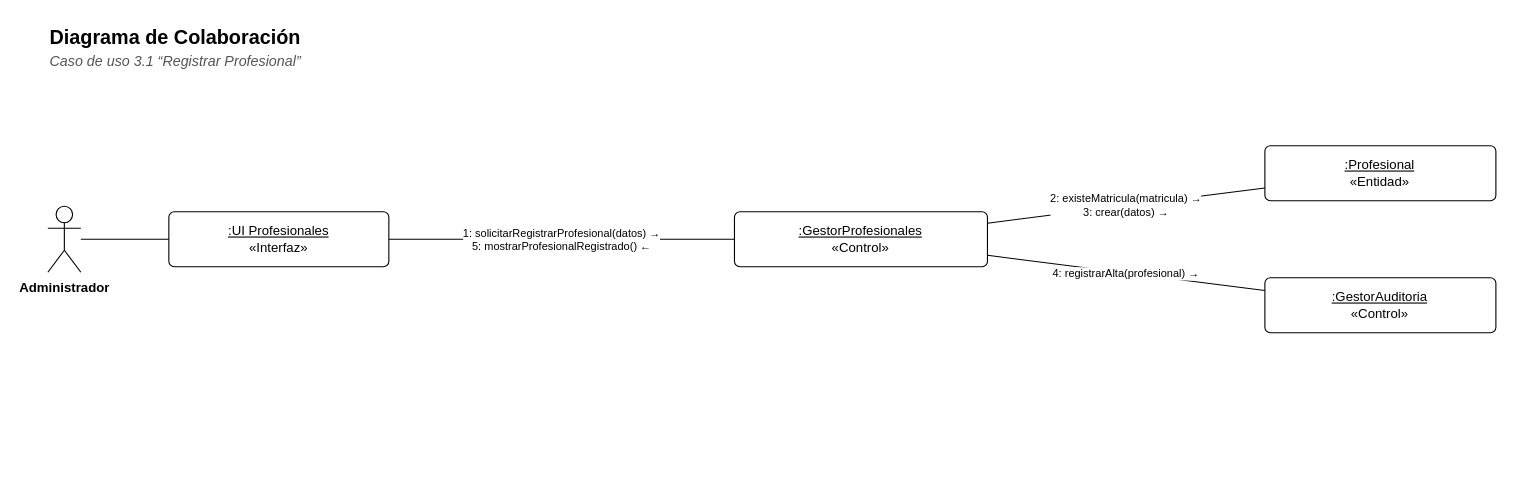
Above: docs/diagramas/colaboracion-3-1.drawio in Matiglorioso/kineturnos (draw.io), before the change. Source tidied: cells renumbered, new cells numbered last; positions are measured from the earlier drawing's top-left corner, leaving out a move shared by most shapes. Both pictures are drawn from the tidied source at 110%, with x=0, y=0 at pixel (47, 19).
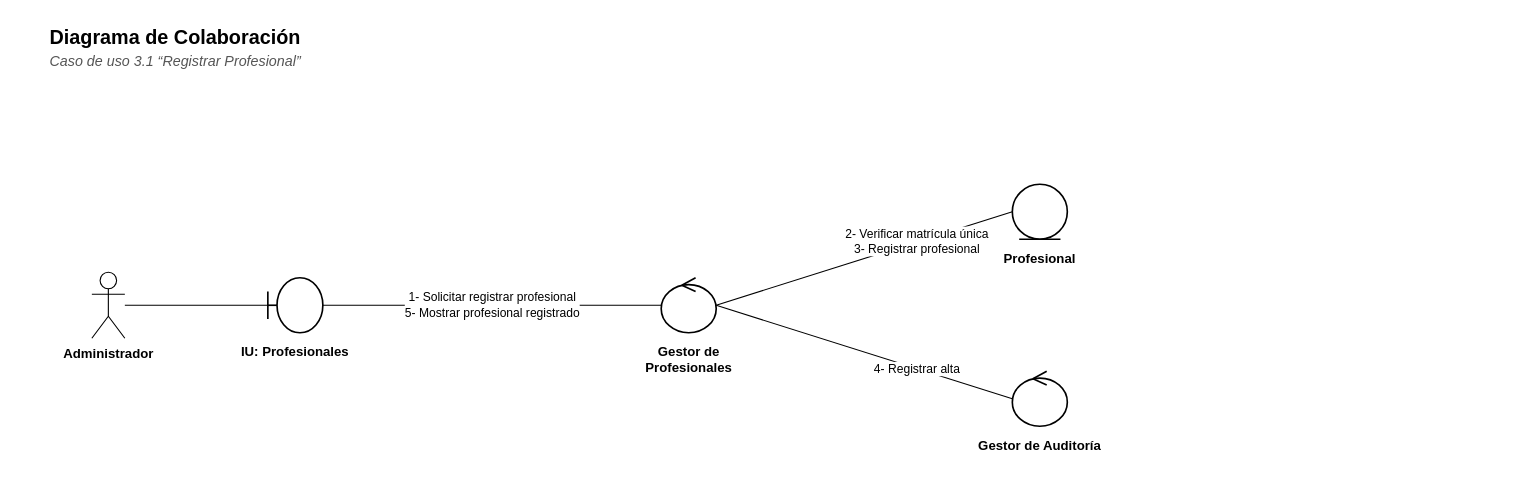
Above is the later version.

Change to the diagram source:
```diff
@@
 <mxGraphModel background="#FFFFFF">
   <root>
     <mxCell id="0" />
     <mxCell id="1" parent="0" />
     <mxCell id="2" value="&lt;b&gt;Diagrama de Colaboración&lt;/b&gt;" style="text;html=1;strokeColor=none;fillColor=none;align=left;verticalAlign=top;whiteSpace=wrap;fontFamily=Helvetica;fontSize=18;" parent="1" vertex="1">
       <mxGeometry width="900" height="26" as="geometry" />
     </mxCell>
     <mxCell id="3" value="&lt;i&gt;Caso de uso 3.1 “Registrar Profesional”&lt;/i&gt;" style="text;html=1;strokeColor=none;fillColor=none;align=left;verticalAlign=top;whiteSpace=wrap;fontFamily=Helvetica;fontSize=13;fontColor=#555555;" parent="1" vertex="1">
       <mxGeometry y="24" width="900" height="20" as="geometry" />
     </mxCell>
     <mxCell id="4" value="Administrador" style="shape=umlActor;verticalLabelPosition=bottom;verticalAlign=top;html=1;outlineConnect=0;fillColor=#FFFFFF;strokeColor=#000000;fontFamily=Helvetica;fontSize=12;fontStyle=1;" parent="1" vertex="1">
-      <mxGeometry y="170" width="30" height="60" as="geometry" />
+      <mxGeometry x="40" y="230" width="30" height="60" as="geometry" />
     </mxCell>
-    <mxCell id="5" value="&lt;u&gt;:UI Profesionales&lt;/u&gt;&lt;br&gt;«Interfaz»" style="rounded=0;whiteSpace=wrap;html=1;fillColor=#FFFFFF;strokeColor=#000000;fontFamily=Helvetica;fontSize=12;rounded=1;arcSize=10;" parent="1" vertex="1">
-      <mxGeometry x="110" y="175" width="200" height="50" as="geometry" />
+    <mxCell id="5" style="shape=umlBoundary;html=1;fillColor=#FFFFFF;strokeColor=#000000;strokeWidth=1.5;" parent="1" vertex="1">
+      <mxGeometry x="200" y="235" width="50" height="50" as="geometry" />
     </mxCell>
-    <mxCell id="6" value="&lt;u&gt;:GestorProfesionales&lt;/u&gt;&lt;br&gt;«Control»" style="rounded=0;whiteSpace=wrap;html=1;fillColor=#FFFFFF;strokeColor=#000000;fontFamily=Helvetica;fontSize=12;rounded=1;arcSize=10;" parent="1" vertex="1">
-      <mxGeometry x="624.2" y="175" width="230" height="50" as="geometry" />
+    <mxCell id="6" value="&lt;b&gt;IU: Profesionales&lt;/b&gt;" style="text;html=1;strokeColor=none;fillColor=none;align=left;verticalAlign=top;whiteSpace=wrap;fontFamily=Helvetica;align=center;fontSize=12;" parent="1" vertex="1">
+      <mxGeometry x="160" y="289" width="130" height="40" as="geometry" />
     </mxCell>
-    <mxCell id="7" value="&lt;u&gt;:Profesional&lt;/u&gt;&lt;br&gt;«Entidad»" style="rounded=0;whiteSpace=wrap;html=1;fillColor=#FFFFFF;strokeColor=#000000;fontFamily=Helvetica;fontSize=12;rounded=1;arcSize=10;" parent="1" vertex="1">
-      <mxGeometry x="1106.4" y="115" width="210" height="50" as="geometry" />
+    <mxCell id="7" style="shape=umlControl;html=1;fillColor=#FFFFFF;strokeColor=#000000;strokeWidth=1.5;" parent="1" vertex="1">
+      <mxGeometry x="557.6" y="235" width="50" height="50" as="geometry" />
     </mxCell>
-    <mxCell id="8" value="&lt;u&gt;:GestorAuditoria&lt;/u&gt;&lt;br&gt;«Control»" style="rounded=0;whiteSpace=wrap;html=1;fillColor=#FFFFFF;strokeColor=#000000;fontFamily=Helvetica;fontSize=12;rounded=1;arcSize=10;" parent="1" vertex="1">
-      <mxGeometry x="1106.4" y="235" width="210" height="50" as="geometry" />
+    <mxCell id="8" value="&lt;b&gt;Gestor de Profesionales&lt;/b&gt;" style="text;html=1;strokeColor=none;fillColor=none;align=left;verticalAlign=top;whiteSpace=wrap;fontFamily=Helvetica;align=center;fontSize=12;" parent="1" vertex="1">
+      <mxGeometry x="517.6" y="289" width="130" height="40" as="geometry" />
     </mxCell>
-    <mxCell id="9" style="edgeStyle=none;html=1;endArrow=none;endFill=0;strokeColor=#000000;fontFamily=Helvetica;fontSize=11;labelBackgroundColor=#FFFFFF;" parent="1" edge="1" source="4" target="5">
-      <mxGeometry relative="1" as="geometry" />
+    <mxCell id="9" style="shape=umlEntity;html=1;fillColor=#FFFFFF;strokeColor=#000000;strokeWidth=1.5;" parent="1" vertex="1">
+      <mxGeometry x="876.8" y="150" width="50" height="50" as="geometry" />
     </mxCell>
-    <mxCell id="10" value="1: solicitarRegistrarProfesional(datos) →&lt;br&gt;5: mostrarProfesionalRegistrado() ←" style="edgeStyle=none;html=1;endArrow=none;endFill=0;strokeColor=#000000;fontFamily=Helvetica;fontSize=11;labelBackgroundColor=#FFFFFF;fontSize=10;" parent="1" edge="1" source="6" target="5">
-      <mxGeometry relative="1" as="geometry" />
+    <mxCell id="10" value="&lt;b&gt;Profesional&lt;/b&gt;" style="text;html=1;strokeColor=none;fillColor=none;align=left;verticalAlign=top;whiteSpace=wrap;fontFamily=Helvetica;align=center;fontSize=12;" parent="1" vertex="1">
+      <mxGeometry x="836.8" y="204" width="130" height="40" as="geometry" />
     </mxCell>
-    <mxCell id="11" value="2: existeMatricula(matricula) →&lt;br&gt;3: crear(datos) →" style="edgeStyle=none;html=1;endArrow=none;endFill=0;strokeColor=#000000;fontFamily=Helvetica;fontSize=11;labelBackgroundColor=#FFFFFF;fontSize=10;" parent="1" edge="1" source="7" target="6">
-      <mxGeometry relative="1" as="geometry" />
+    <mxCell id="11" style="shape=umlControl;html=1;fillColor=#FFFFFF;strokeColor=#000000;strokeWidth=1.5;" parent="1" vertex="1">
+      <mxGeometry x="876.8" y="320" width="50" height="50" as="geometry" />
     </mxCell>
-    <mxCell id="12" value="4: registrarAlta(profesional) →" style="edgeStyle=none;html=1;endArrow=none;endFill=0;strokeColor=#000000;fontFamily=Helvetica;fontSize=11;labelBackgroundColor=#FFFFFF;fontSize=10;" parent="1" edge="1" source="8" target="6">
-      <mxGeometry relative="1" as="geometry" />
+    <mxCell id="12" value="&lt;b&gt;Gestor de Auditoría&lt;/b&gt;" style="text;html=1;strokeColor=none;fillColor=none;align=left;verticalAlign=top;whiteSpace=wrap;fontFamily=Helvetica;align=center;fontSize=12;" parent="1" vertex="1">
+      <mxGeometry x="836.8" y="374" width="130" height="40" as="geometry" />
     </mxCell>
+    <mxCell id="13" style="edgeStyle=none;html=1;endArrow=none;endFill=0;strokeColor=#000000;fontFamily=Helvetica;fontSize=11;labelBackgroundColor=#FFFFFF;" parent="1" edge="1" source="4" target="5">
+      <mxGeometry relative="1" as="geometry" />
+    </mxCell>
+    <mxCell id="14" value="1- Solicitar registrar profesional&lt;br&gt;5- Mostrar profesional registrado" style="edgeStyle=none;html=1;endArrow=none;endFill=0;strokeColor=#000000;fontFamily=Helvetica;fontSize=11;labelBackgroundColor=#FFFFFF;fontSize=11;exitX=1;exitY=0.5;exitDx=0;exitDy=0;entryX=0;entryY=0.5;entryDx=0;entryDy=0;" parent="1" edge="1" source="5" target="7">
+      <mxGeometry relative="1" as="geometry" />
+    </mxCell>
+    <mxCell id="15" value="2- Verificar matrícula única&lt;br&gt;3- Registrar profesional" style="edgeStyle=none;html=1;endArrow=none;endFill=0;strokeColor=#000000;fontFamily=Helvetica;fontSize=11;labelBackgroundColor=#FFFFFF;fontSize=11;exitX=1;exitY=0.5;exitDx=0;exitDy=0;entryX=0;entryY=0.5;entryDx=0;entryDy=0;" parent="1" edge="1" source="7" target="9">
+      <mxGeometry x="0.35" relative="1" as="geometry" />
+    </mxCell>
+    <mxCell id="16" value="4- Registrar alta" style="edgeStyle=none;html=1;endArrow=none;endFill=0;strokeColor=#000000;fontFamily=Helvetica;fontSize=11;labelBackgroundColor=#FFFFFF;fontSize=11;exitX=1;exitY=0.5;exitDx=0;exitDy=0;entryX=0;entryY=0.5;entryDx=0;entryDy=0;" parent="1" edge="1" source="7" target="11">
+      <mxGeometry x="0.35" relative="1" as="geometry" />
+    </mxCell>
   </root>
 </mxGraphModel>
```
